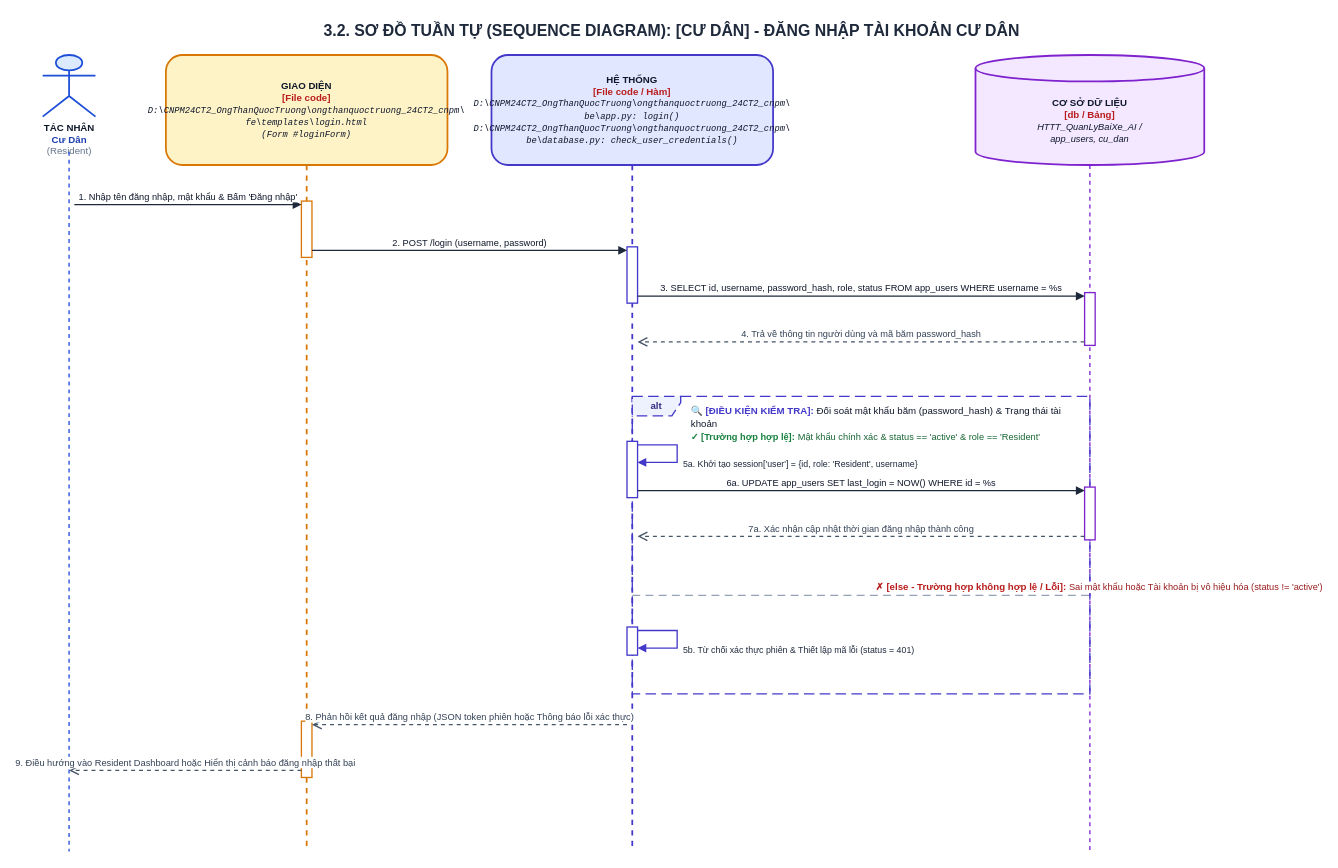
This is ongthanquoctruong_24CT2_cnpm/docs/Tuần Tự/chức năng đăng nhập Người Dùng.drawio from Truong027/CNPM24, a draw.io file, before an edit. Source tidied: cells renumbered, new cells numbered last; positions are measured from the earlier drawing's top-left corner, leaving out a move shared by most shapes. Both pictures are drawn from the tidied source at 88%, with x=0, y=0 at pixel (33, 15).
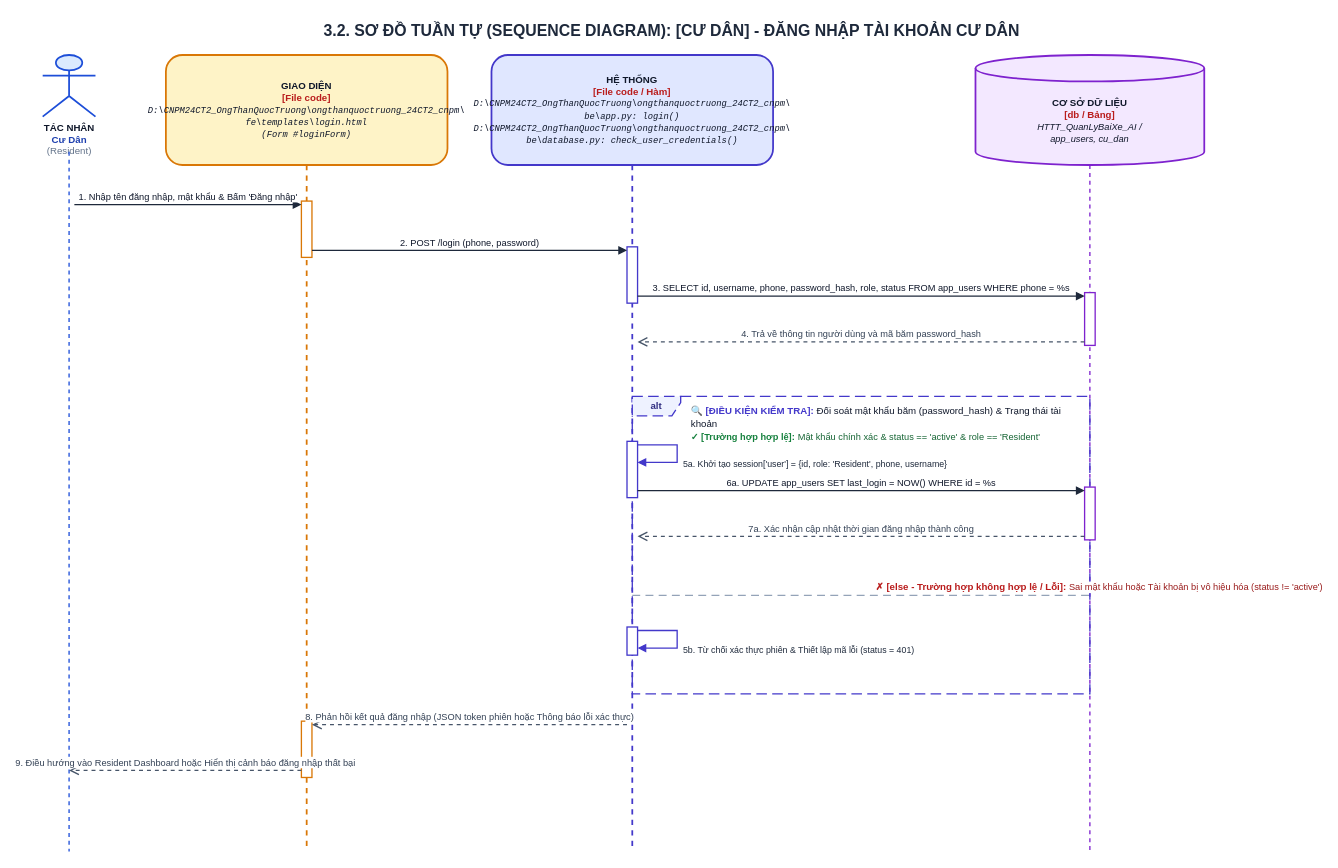
The same page after the edit.

Commit message (it also covers changes not shown here):
Update drawio sequence diagrams to use phone number instead of username/id

Change to the diagram source:
```diff
@@
-    <mxCell id="20" value="2. POST /login (username, password)" style="html=1;verticalAlign=bottom;endArrow=block;rounded=0;strokeColor=#1E293B;strokeWidth=1.5;fontColor=#0F172A;fontSize=10.5;" parent="1" edge="1">
+    <mxCell id="20" value="2. POST /login (phone, password)" style="html=1;verticalAlign=bottom;endArrow=block;rounded=0;strokeColor=#1E293B;strokeWidth=1.5;fontColor=#0F172A;fontSize=10.5;" parent="1" edge="1">
       <mxGeometry relative="1" as="geometry">
         <mxPoint x="316" y="267" as="sourcePoint" />
         <mxPoint x="674" y="267" as="targetPoint" />
       </mxGeometry>
     </mxCell>
-    <mxCell id="21" value="3. SELECT id, username, password_hash, role, status FROM app_users WHERE username = %s" style="html=1;verticalAlign=bottom;endArrow=block;rounded=0;strokeColor=#1E293B;strokeWidth=1.5;fontColor=#0F172A;fontSize=10.5;" parent="1" edge="1">
+    <mxCell id="21" value="3. SELECT id, username, phone, password_hash, role, status FROM app_users WHERE phone = %s" style="html=1;verticalAlign=bottom;endArrow=block;rounded=0;strokeColor=#1E293B;strokeWidth=1.5;fontColor=#0F172A;fontSize=10.5;" parent="1" edge="1">
       <mxGeometry relative="1" as="geometry">
         <mxPoint x="686" y="319" as="sourcePoint" />
         <mxPoint x="1194" y="319" as="targetPoint" />
       </mxGeometry>
     </mxCell>
@@
-    <mxCell id="23" value="5a. Khởi tạo session['user'] = {id, role: 'Resident', username}" style="html=1;align=left;spacingLeft=5;verticalAlign=top;endArrow=block;rounded=0;edgeStyle=orthogonalEdgeStyle;curved=0;strokeColor=#4338CA;strokeWidth=1.5;fontColor=#1E293B;fontSize=10;" parent="1" edge="1">
+    <mxCell id="23" value="5a. Khởi tạo session['user'] = {id, role: 'Resident', phone, username}" style="html=1;align=left;spacingLeft=5;verticalAlign=top;endArrow=block;rounded=0;edgeStyle=orthogonalEdgeStyle;curved=0;strokeColor=#4338CA;strokeWidth=1.5;fontColor=#1E293B;fontSize=10;" parent="1" edge="1">
       <mxGeometry relative="1" as="geometry">
         <mxPoint x="686" y="488" as="sourcePoint" />
         <mxPoint x="686" y="508" as="targetPoint" />
         <Array as="points">
           <mxPoint x="731" y="488" />
           <mxPoint x="731" y="508" />
         </Array>
       </mxGeometry>
     </mxCell>
```
